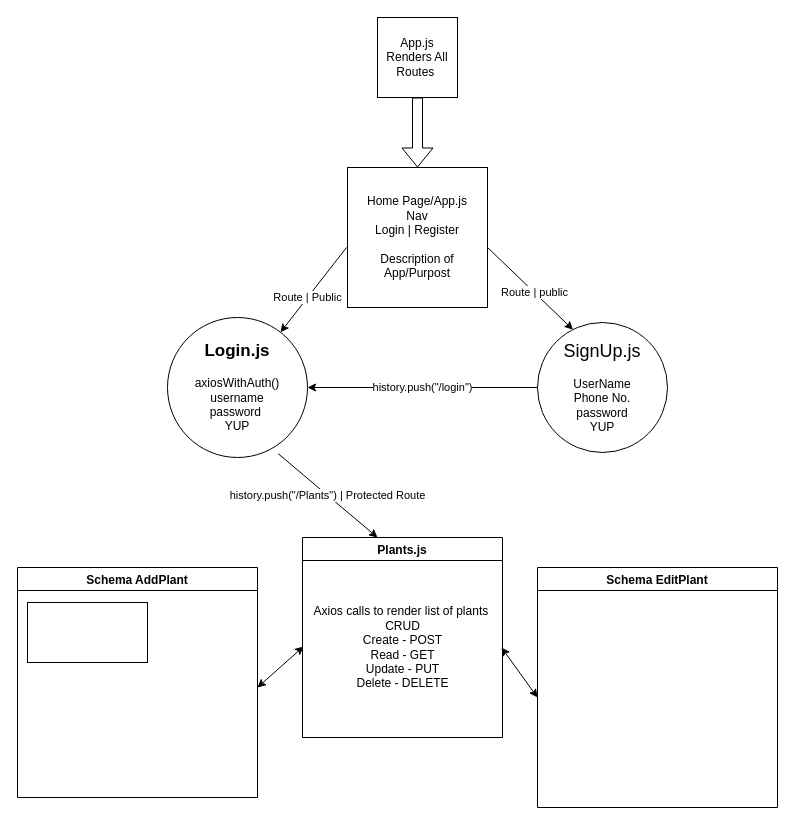
Before: chart.drawio in Build-Week-092021-Water-My-Plants/frontend, a draw.io diagram. Source tidied: cells renumbered, new cells numbered last; positions are measured from the earlier drawing's top-left corner, leaving out a move shared by most shapes. Both pictures are drawn from the tidied source at 100%, with x=0, y=0 at pixel (17, 17).
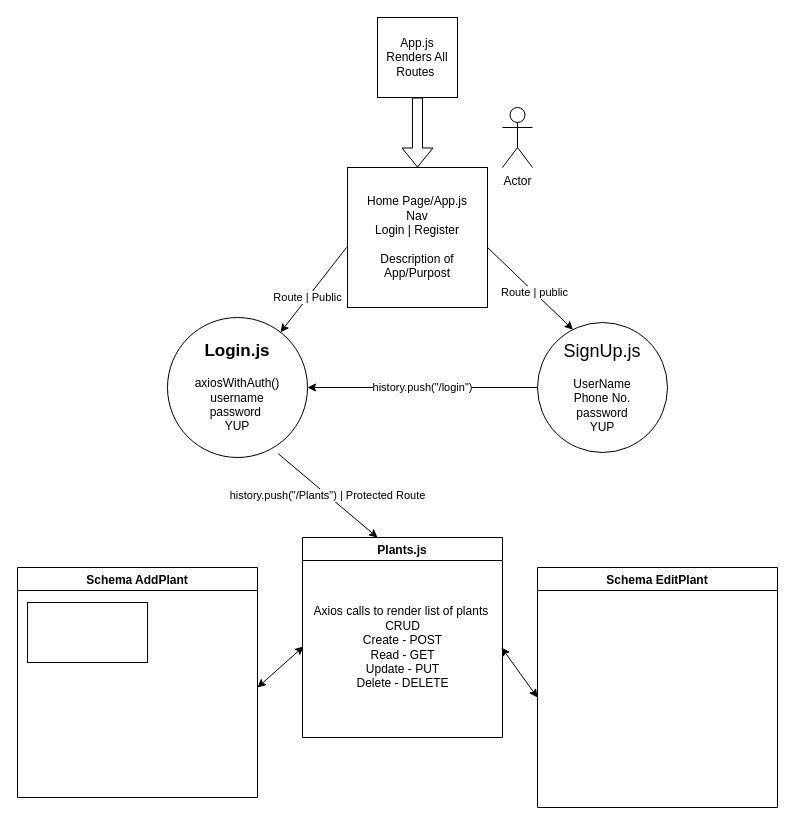
The same diagram, later.

Commit message (it also covers changes not shown here):
add validations formSchema.js sample file

Diff of the diagram source:
```diff
@@
+    <mxCell id="18" value="Actor" style="shape=umlActor;verticalLabelPosition=bottom;verticalAlign=top;html=1;" parent="1" vertex="1">
+      <mxGeometry x="485" y="90" width="30" height="60" as="geometry" />
+    </mxCell>
```
